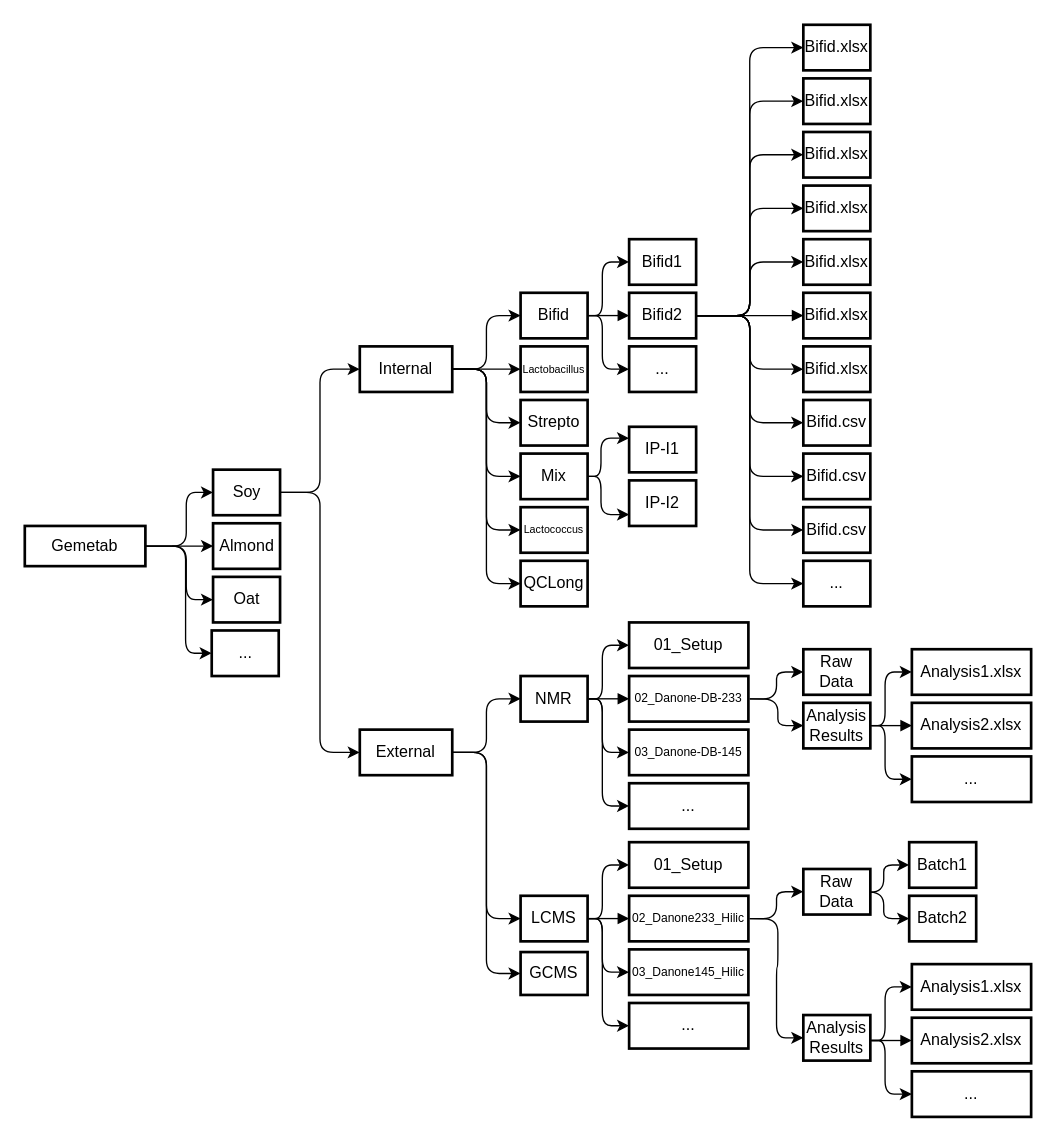
Before: Diagramme sans nom.drawio in Yoseko/first_streamlit_app, a draw.io diagram. Source tidied: cells renumbered, new cells numbered last; positions are measured from the earlier drawing's top-left corner, leaving out a move shared by most shapes. Both pictures are drawn from the tidied source at 134%, with x=0, y=0 at pixel (24, 24).
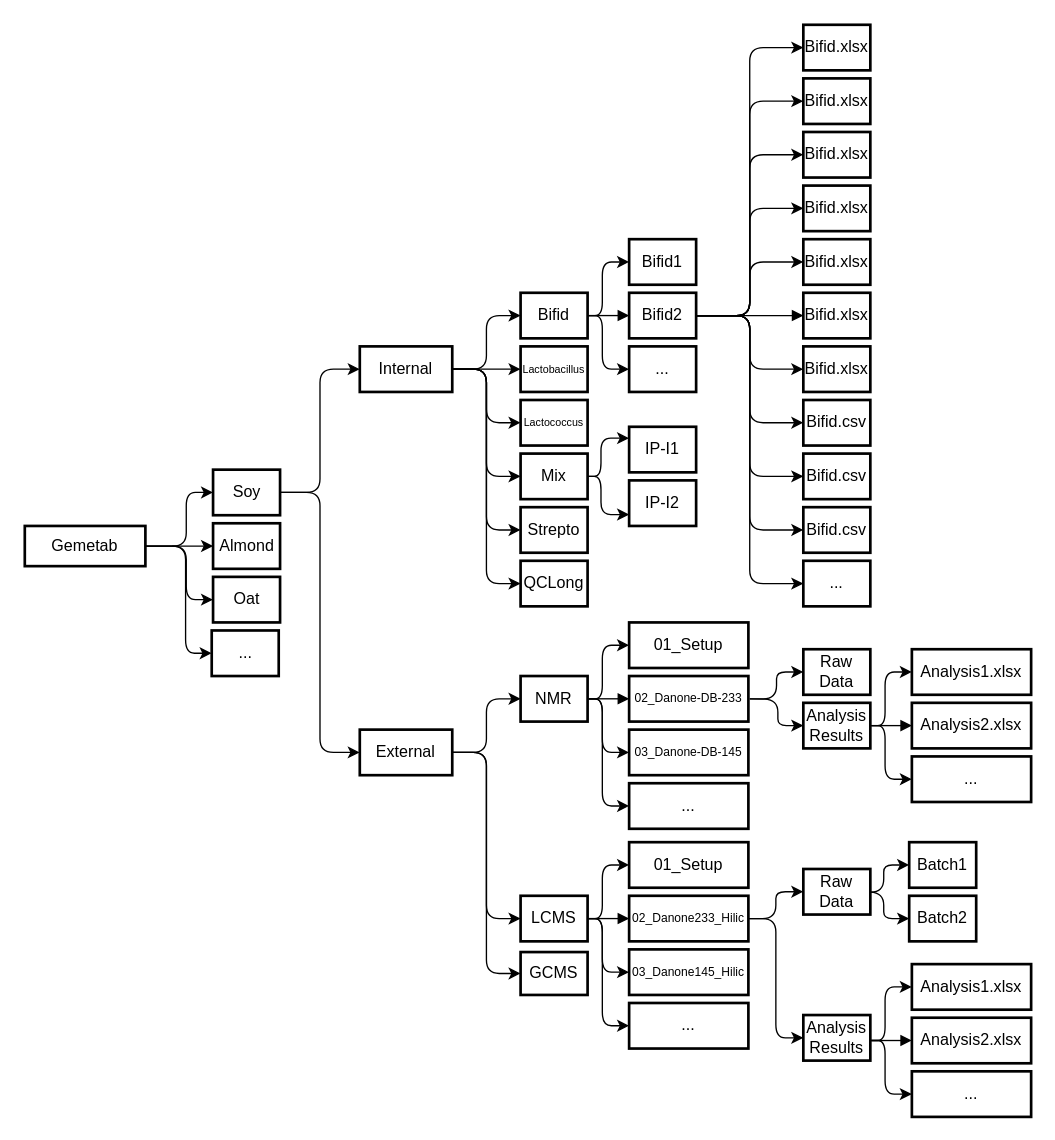
Above is the later version.

Unchanged cells that the change refers to:
```xml
<mxCell id="89" value="02_Danone233_Hilic" style="whiteSpace=wrap;strokeWidth=2;fontSize=9;" parent="1" vertex="1">
  <mxGeometry x="451" y="650" width="89" height="34" as="geometry" />
</mxCell>
<mxCell id="96" value="Raw Data" style="whiteSpace=wrap;strokeWidth=2;" parent="1" vertex="1">
  <mxGeometry x="581" y="630" width="50" height="34" as="geometry" />
</mxCell>
<mxCell id="97" value="Analysis Results" style="whiteSpace=wrap;strokeWidth=2;" parent="1" vertex="1">
  <mxGeometry x="581" y="739" width="50" height="34" as="geometry" />
</mxCell>
```

Diff of the diagram source:
```diff
@@
-    <mxCell id="31" value="Strepto" style="whiteSpace=wrap;strokeWidth=2;" parent="1" vertex="1">
+    <mxCell id="31" value="Lactococcus" style="whiteSpace=wrap;strokeWidth=2;fontSize=8;" parent="1" vertex="1">
       <mxGeometry x="370" y="280" width="50" height="34" as="geometry" />
     </mxCell>
@@
-    <mxCell id="82" value="Lactococcus" style="whiteSpace=wrap;strokeWidth=2;fontSize=8;" parent="1" vertex="1">
+    <mxCell id="82" value="Strepto" style="whiteSpace=wrap;strokeWidth=2;fontSize=12;" parent="1" vertex="1">
       <mxGeometry x="370" y="360" width="50" height="34" as="geometry" />
     </mxCell>
@@
+    <mxCell id="106" style="edgeStyle=orthogonalEdgeStyle;rounded=1;jettySize=auto;html=1;exitX=1;exitY=0.5;exitDx=0;exitDy=0;entryX=0;entryY=0.5;entryDx=0;entryDy=0;curved=0;" parent="1" edge="1" source="89" target="96">
+      <mxGeometry relative="1" as="geometry" />
+    </mxCell>
+    <mxCell id="107" style="edgeStyle=orthogonalEdgeStyle;rounded=1;jettySize=auto;html=1;exitX=1;exitY=0.5;exitDx=0;exitDy=0;entryX=0;entryY=0.5;entryDx=0;entryDy=0;curved=0;" parent="1" edge="1" source="89" target="97">
+      <mxGeometry relative="1" as="geometry" />
+    </mxCell>
@@
-    <mxCell id="95" style="edgeStyle=orthogonalEdgeStyle;rounded=1;jettySize=auto;html=1;curved=0;entryX=0;entryY=0.5;entryDx=0;entryDy=0;" parent="1" edge="1" target="97">
-      <mxGeometry relative="1" as="geometry">
-        <mxPoint x="541" y="667" as="sourcePoint" />
-      </mxGeometry>
-    </mxCell>
@@
-    <mxCell id="98" style="edgeStyle=orthogonalEdgeStyle;rounded=1;jettySize=auto;html=1;exitX=1;exitY=0.5;exitDx=0;exitDy=0;entryX=0;entryY=0.5;entryDx=0;entryDy=0;curved=0;" parent="1" edge="1" target="96">
-      <mxGeometry relative="1" as="geometry">
-        <mxPoint x="541" y="667" as="sourcePoint" />
-        <Array as="points">
-          <mxPoint x="561" y="667" />
-          <mxPoint x="561" y="647" />
-        </Array>
-      </mxGeometry>
-    </mxCell>
```
